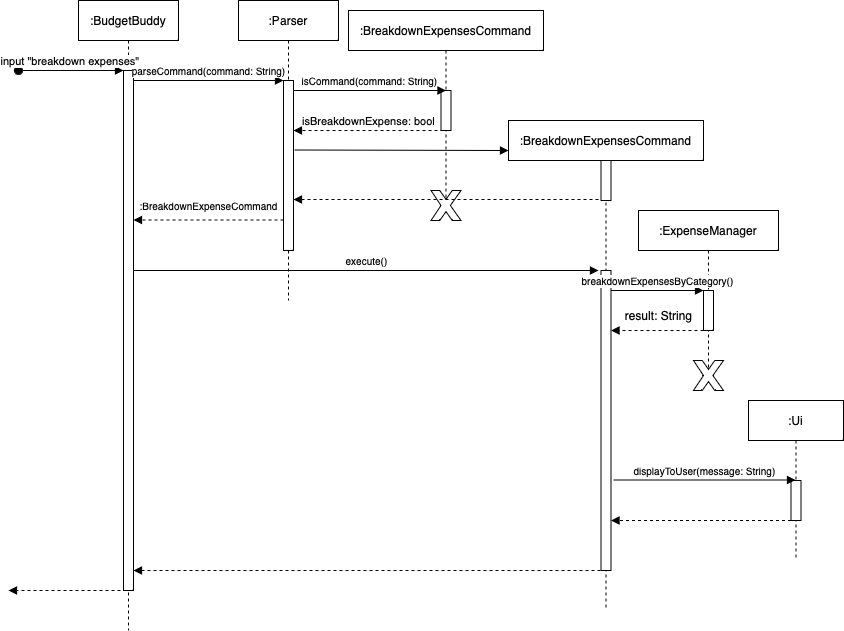
Earlier version of the draw.io export docs/diagrams/BreakdownExpenseSequenceDiagram.drawio.png (telferang/tp). Source tidied: cells renumbered, new cells last; positions are measured from the earlier drawing's top-left corner, leaving out a move shared by most shapes.
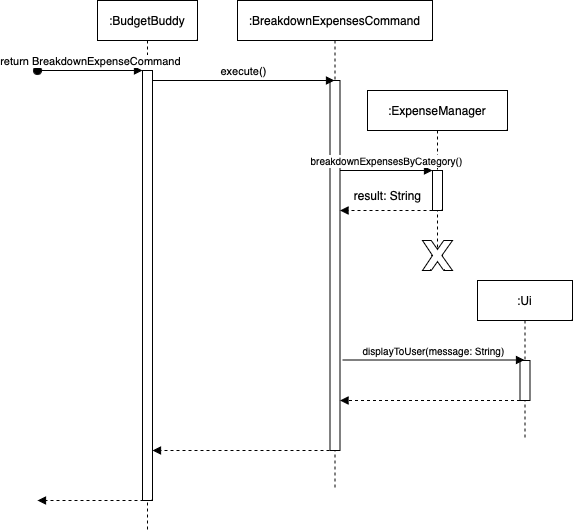
After the commit.

Commit message:
Edit DG sequence diagrams according to comments Edit displaySavings methods to remove extra newline character.

Change to the diagram source:
```diff
@@ -3,91 +3,22 @@
     <mxCell id="0" />
     <mxCell id="1" parent="0" />
     <mxCell id="2" value=":BudgetBuddy" style="shape=umlLifeline;perimeter=lifelinePerimeter;whiteSpace=wrap;html=1;newEdgeStyle={&quot;edgeStyle&quot;:&quot;elbowEdgeStyle&quot;,&quot;elbow&quot;:&quot;vertical&quot;,&quot;curved&quot;:0,&quot;rounded&quot;:0};" parent="1" vertex="1">
-      <mxGeometry x="70" width="100" height="630" as="geometry" />
+      <mxGeometry x="360" y="120" width="100" height="530" as="geometry" />
     </mxCell>
     <mxCell id="3" style="html=1;points=[];perimeter=orthogonalPerimeter;outlineConnect=0;targetShapes=umlLifeline;portConstraint=eastwest;newEdgeStyle={&quot;edgeStyle&quot;:&quot;elbowEdgeStyle&quot;,&quot;elbow&quot;:&quot;vertical&quot;,&quot;curved&quot;:0,&quot;rounded&quot;:0};" parent="2" vertex="1">
-      <mxGeometry x="45" y="70" width="10" height="520" as="geometry" />
+      <mxGeometry x="45" y="70" width="10" height="430" as="geometry" />
     </mxCell>
-    <mxCell id="4" value="input &quot;breakdown expenses&quot;&amp;nbsp;" style="html=1;verticalAlign=bottom;startArrow=oval;endArrow=block;startSize=8;edgeStyle=elbowEdgeStyle;elbow=vertical;curved=0;rounded=0;" parent="2" edge="1" target="3">
+    <mxCell id="4" value="return BreakdownExpenseCommand" style="html=1;verticalAlign=bottom;startArrow=oval;endArrow=block;startSize=8;edgeStyle=elbowEdgeStyle;elbow=vertical;curved=0;rounded=0;" parent="2" edge="1" target="3">
       <mxGeometry relative="1" as="geometry">
         <mxPoint x="-60" y="70" as="sourcePoint" />
       </mxGeometry>
     </mxCell>
-    <mxCell id="5" value=":Parser" style="shape=umlLifeline;perimeter=lifelinePerimeter;whiteSpace=wrap;html=1;newEdgeStyle={&quot;edgeStyle&quot;:&quot;elbowEdgeStyle&quot;,&quot;elbow&quot;:&quot;vertical&quot;,&quot;curved&quot;:0,&quot;rounded&quot;:0};" parent="1" vertex="1">
-      <mxGeometry x="230" width="100" height="300" as="geometry" />
-    </mxCell>
-    <mxCell id="6" style="html=1;points=[];perimeter=orthogonalPerimeter;outlineConnect=0;targetShapes=umlLifeline;portConstraint=eastwest;newEdgeStyle={&quot;edgeStyle&quot;:&quot;elbowEdgeStyle&quot;,&quot;elbow&quot;:&quot;vertical&quot;,&quot;curved&quot;:0,&quot;rounded&quot;:0};" parent="5" vertex="1">
-      <mxGeometry x="45" y="80" width="10" height="170" as="geometry" />
-    </mxCell>
-    <mxCell id="7" value="&lt;font style=&quot;font-size: 10px;&quot;&gt;parseCommand(command: String)&lt;/font&gt;" style="html=1;verticalAlign=bottom;endArrow=block;edgeStyle=elbowEdgeStyle;elbow=horizontal;curved=0;rounded=0;" parent="1" edge="1" source="3" target="6">
-      <mxGeometry relative="1" as="geometry">
-        <Array as="points">
-          <mxPoint x="210" y="80" />
-        </Array>
-      </mxGeometry>
-    </mxCell>
-    <mxCell id="8" style="html=1;verticalAlign=bottom;endArrow=block;dashed=1;endSize=6;edgeStyle=elbowEdgeStyle;elbow=vertical;curved=0;rounded=0;endFill=1;" parent="1" edge="1">
-      <mxGeometry relative="1" as="geometry">
-        <mxPoint x="275" y="219.5" as="sourcePoint" />
-        <mxPoint x="125" y="219.5" as="targetPoint" />
-        <Array as="points">
-          <mxPoint x="220" y="219.5" />
-        </Array>
-      </mxGeometry>
-    </mxCell>
-    <mxCell id="9" value=":BreakdownExpensesCommand" style="shape=umlLifeline;perimeter=lifelinePerimeter;whiteSpace=wrap;html=1;newEdgeStyle={&quot;edgeStyle&quot;:&quot;elbowEdgeStyle&quot;,&quot;elbow&quot;:&quot;vertical&quot;,&quot;curved&quot;:0,&quot;rounded&quot;:0};" parent="1" vertex="1">
-      <mxGeometry x="340" y="10" width="195" height="200" as="geometry" />
-    </mxCell>
-    <mxCell id="10" style="html=1;perimeter=orthogonalPerimeter;targetShapes=umlLifeline;newEdgeStyle={&quot;edgeStyle&quot;:&quot;elbowEdgeStyle&quot;,&quot;elbow&quot;:&quot;vertical&quot;,&quot;curved&quot;:0,&quot;rounded&quot;:0};" parent="9" vertex="1">
-      <mxGeometry x="92.5" y="80" width="10" height="40" as="geometry" />
-    </mxCell>
-    <mxCell id="11" value="&lt;font style=&quot;font-size: 10px;&quot;&gt;isCommand(command: String)&lt;/font&gt;" style="html=1;verticalAlign=bottom;endArrow=block;elbow=vertical;rounded=0;endSize=6;" parent="1" edge="1" source="6">
-      <mxGeometry relative="1" as="geometry">
-        <mxPoint x="437.5" y="90" as="targetPoint" />
-      </mxGeometry>
-    </mxCell>
-    <mxCell id="12" value="isBreakdownExpense: bool" style="html=1;verticalAlign=bottom;endArrow=block;dashed=1;endSize=6;elbow=vertical;rounded=0;endFill=1;" parent="1" edge="1" target="6">
-      <mxGeometry relative="1" as="geometry">
-        <mxPoint x="435" y="130" as="sourcePoint" />
-        <Array as="points">
-          <mxPoint x="365" y="130" />
-        </Array>
-      </mxGeometry>
-    </mxCell>
-    <mxCell id="13" style="verticalLabelPosition=bottom;verticalAlign=top;html=1;shape=mxgraph.basic.x;" parent="1" vertex="1">
-      <mxGeometry x="422.5" y="190" width="30" height="30" as="geometry" />
-    </mxCell>
     <mxCell id="14" value=":BreakdownExpensesCommand" style="shape=umlLifeline;perimeter=lifelinePerimeter;whiteSpace=wrap;html=1;newEdgeStyle={&quot;edgeStyle&quot;:&quot;elbowEdgeStyle&quot;,&quot;elbow&quot;:&quot;vertical&quot;,&quot;curved&quot;:0,&quot;rounded&quot;:0};" parent="1" vertex="1">
       <mxGeometry x="500" y="120" width="195" height="490" as="geometry" />
     </mxCell>
-    <mxCell id="15" style="html=1;perimeter=orthogonalPerimeter;targetShapes=umlLifeline;newEdgeStyle={&quot;edgeStyle&quot;:&quot;elbowEdgeStyle&quot;,&quot;elbow&quot;:&quot;vertical&quot;,&quot;curved&quot;:0,&quot;rounded&quot;:0};" parent="14" vertex="1">
-      <mxGeometry x="92.5" y="40" width="10" height="40" as="geometry" />
-    </mxCell>
     <mxCell id="16" style="html=1;points=[];perimeter=orthogonalPerimeter;outlineConnect=0;targetShapes=umlLifeline;portConstraint=eastwest;newEdgeStyle={&quot;edgeStyle&quot;:&quot;elbowEdgeStyle&quot;,&quot;elbow&quot;:&quot;vertical&quot;,&quot;curved&quot;:0,&quot;rounded&quot;:0};" parent="14" vertex="1">
-      <mxGeometry x="92.5" y="150" width="10" height="300" as="geometry" />
+      <mxGeometry x="92.5" y="80" width="10" height="370" as="geometry" />
     </mxCell>
-    <mxCell id="17" style="html=1;verticalAlign=bottom;endArrow=block;elbow=vertical;rounded=0;" parent="1" edge="1">
-      <mxGeometry relative="1" as="geometry">
-        <mxPoint x="286" y="149.5" as="sourcePoint" />
-        <mxPoint x="500" y="150" as="targetPoint" />
-      </mxGeometry>
-    </mxCell>
-    <mxCell id="18" style="html=1;verticalAlign=bottom;endArrow=block;dashed=1;endSize=6;elbow=vertical;rounded=0;endFill=1;" parent="1" edge="1" target="6">
-      <mxGeometry relative="1" as="geometry">
-        <mxPoint x="590" y="199" as="sourcePoint" />
-      </mxGeometry>
-    </mxCell>
-    <mxCell id="19" value=":BreakdownExpenseCommand" style="text;html=1;align=center;verticalAlign=middle;strokeColor=none;fillColor=none;fontSize=10;" parent="1" vertex="1">
-      <mxGeometry x="120" y="190" width="160" height="30" as="geometry" />
-    </mxCell>
-    <mxCell id="20" value="&lt;font style=&quot;font-size: 10px;&quot;&gt;execute()&lt;/font&gt;" style="html=1;verticalAlign=bottom;endArrow=block;edgeStyle=elbowEdgeStyle;elbow=horizontal;curved=0;rounded=0;" parent="1" edge="1" source="3">
-      <mxGeometry relative="1" as="geometry">
-        <mxPoint x="590" y="270" as="targetPoint" />
-        <Array as="points">
-          <mxPoint x="565" y="270" />
-        </Array>
-      </mxGeometry>
-    </mxCell>
     <mxCell id="21" value=":ExpenseManager" style="shape=umlLifeline;perimeter=lifelinePerimeter;whiteSpace=wrap;html=1;newEdgeStyle={&quot;edgeStyle&quot;:&quot;elbowEdgeStyle&quot;,&quot;elbow&quot;:&quot;vertical&quot;,&quot;curved&quot;:0,&quot;rounded&quot;:0};" parent="1" vertex="1">
       <mxGeometry x="630" y="210" width="140" height="160" as="geometry" />
     </mxCell>
@@ -128,16 +59,22 @@
         </Array>
       </mxGeometry>
     </mxCell>
-    <mxCell id="31" style="html=1;verticalAlign=bottom;endArrow=block;dashed=1;endSize=6;elbow=vertical;rounded=0;endFill=1;" parent="1" edge="1" target="3">
-      <mxGeometry relative="1" as="geometry">
-        <mxPoint x="592" y="570" as="sourcePoint" />
-      </mxGeometry>
-    </mxCell>
     <mxCell id="32" style="html=1;verticalAlign=bottom;endArrow=block;dashed=1;endSize=6;elbow=vertical;rounded=0;endFill=1;" parent="1" edge="1">
       <mxGeometry relative="1" as="geometry">
-        <mxPoint x="112" y="590" as="sourcePoint" />
-        <mxPoint y="590" as="targetPoint" />
+        <mxPoint x="412" y="620" as="sourcePoint" />
+        <mxPoint x="300" y="620" as="targetPoint" />
       </mxGeometry>
     </mxCell>
+    <mxCell id="20" value="execute()" style="html=1;verticalAlign=bottom;startArrow=none;endArrow=block;startSize=8;edgeStyle=elbowEdgeStyle;elbow=vertical;curved=0;rounded=0;startFill=0;" parent="1" edge="1">
+      <mxGeometry relative="1" as="geometry">
+        <mxPoint x="415" y="200" as="sourcePoint" />
+        <mxPoint x="597" y="200" as="targetPoint" />
+      </mxGeometry>
+    </mxCell>
+    <mxCell id="33" style="html=1;verticalAlign=bottom;endArrow=block;dashed=1;endSize=6;elbow=vertical;rounded=0;endFill=1;" parent="1" edge="1" target="3">
+      <mxGeometry relative="1" as="geometry">
+        <mxPoint x="592" y="570" as="sourcePoint" />
+      </mxGeometry>
+    </mxCell>
   </root>
 </mxGraphModel>
```
